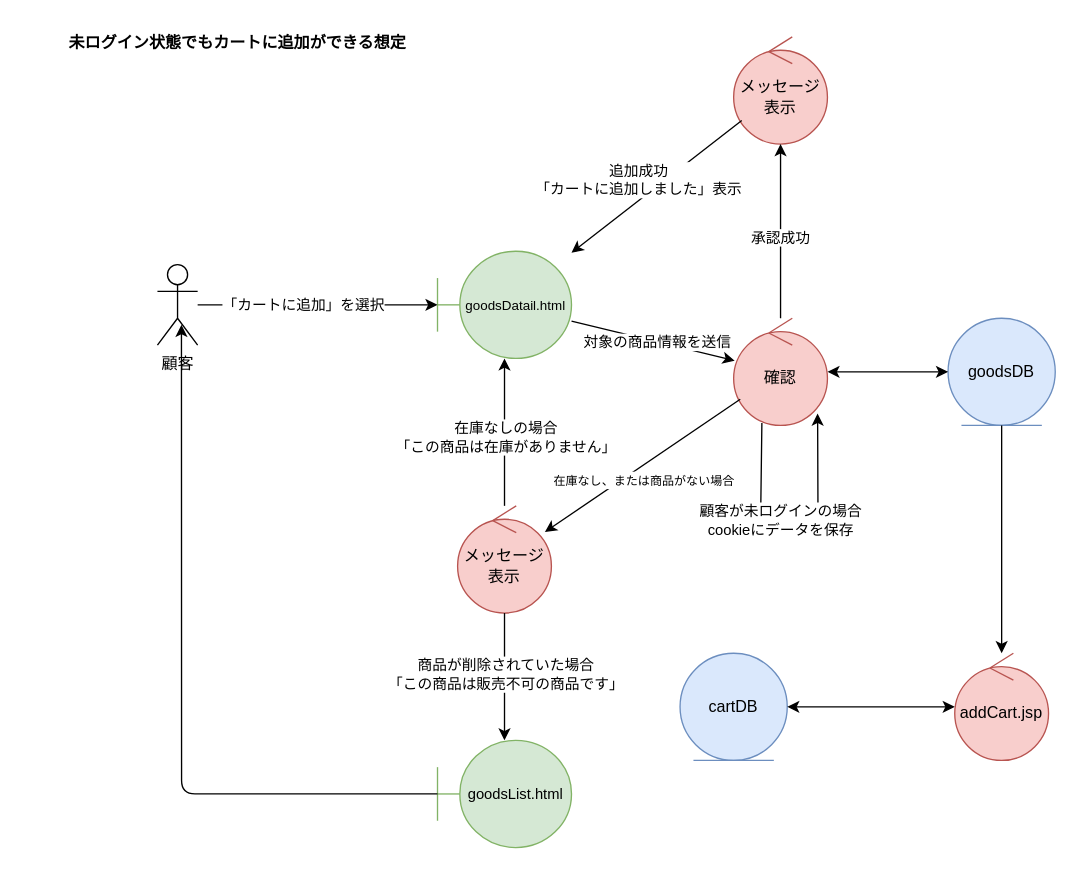
This is BB/analysis_cart.drawio from FujikawaHirono0520/group3_1_dogdog, a draw.io file, before an edit. Source tidied: cells renumbered, new cells numbered last; positions are measured from the earlier drawing's top-left corner, leaving out a move shared by most shapes. Both pictures are drawn from the tidied source at 134%, with x=0, y=0 at pixel (23, 23).
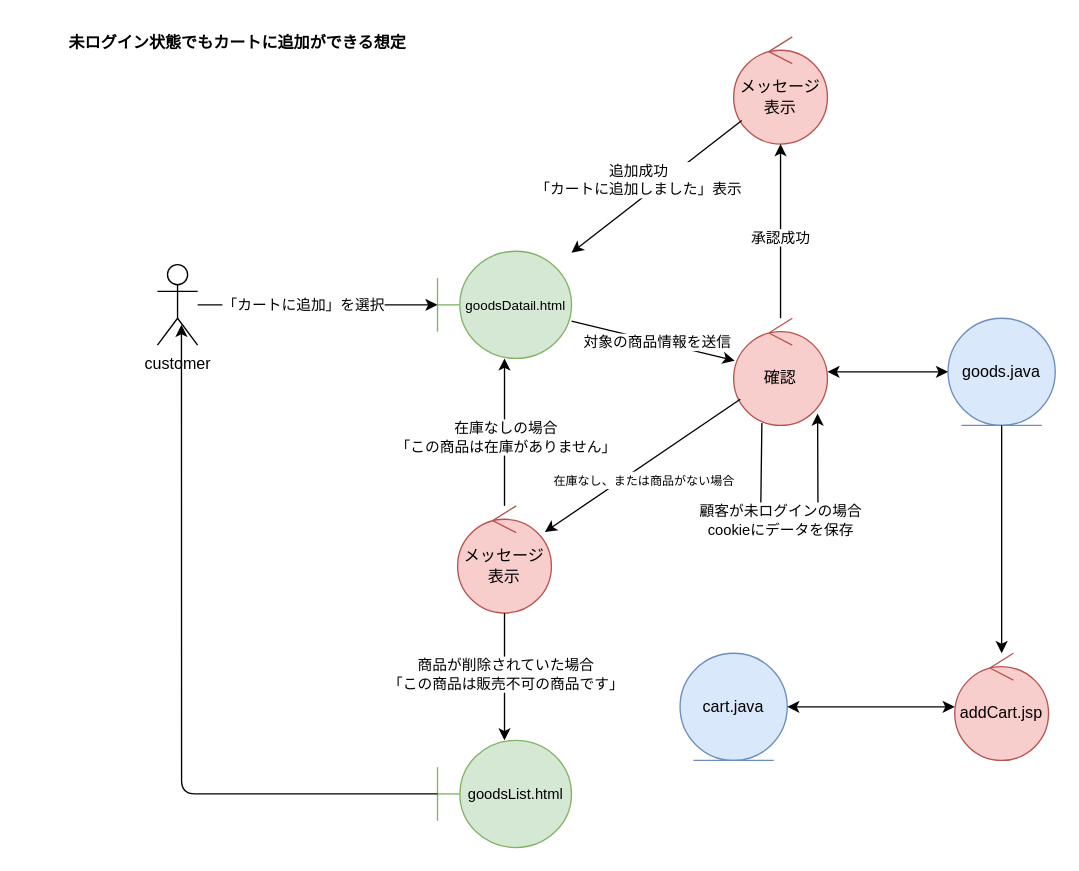
Above is the later version.

The edit, as a diff of the source:
```diff
@@
-    <mxCell id="2" value="顧客" style="shape=umlActor;verticalLabelPosition=bottom;verticalAlign=top;html=1;outlineConnect=0;" parent="1" vertex="1">
+    <mxCell id="2" value="customer" style="shape=umlActor;verticalLabelPosition=bottom;verticalAlign=top;html=1;outlineConnect=0;" parent="1" vertex="1">
       <mxGeometry x="100" y="180" width="30" height="60" as="geometry" />
     </mxCell>
@@
-    <mxCell id="10" value="goodsDB" style="ellipse;shape=umlEntity;whiteSpace=wrap;html=1;fillColor=#dae8fc;strokeColor=#6c8ebf;" parent="1" vertex="1">
+    <mxCell id="10" value="goods.java" style="ellipse;shape=umlEntity;whiteSpace=wrap;html=1;fillColor=#dae8fc;strokeColor=#6c8ebf;" parent="1" vertex="1">
       <mxGeometry x="690" y="220" width="80" height="80" as="geometry" />
     </mxCell>
@@
-    <mxCell id="30" value="cartDB" style="ellipse;shape=umlEntity;whiteSpace=wrap;html=1;fillColor=#dae8fc;strokeColor=#6c8ebf;" parent="1" vertex="1">
+    <mxCell id="30" value="cart.java" style="ellipse;shape=umlEntity;whiteSpace=wrap;html=1;fillColor=#dae8fc;strokeColor=#6c8ebf;" parent="1" vertex="1">
       <mxGeometry x="490" y="470" width="80" height="80" as="geometry" />
     </mxCell>
```
